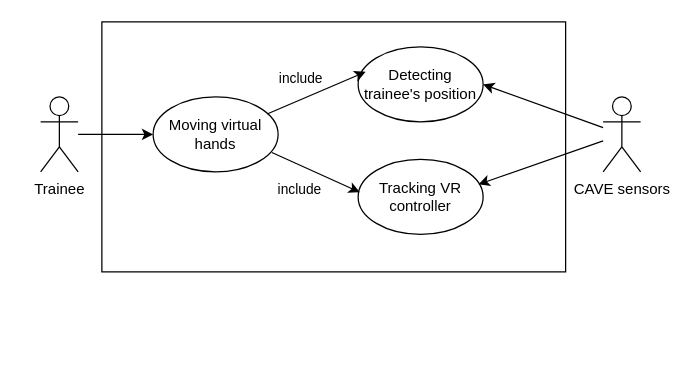
Above: Diagrams/MovementUseCase.drawio in dopp1e/diploma (draw.io), before the change. Source tidied: cells renumbered, new cells numbered last; positions are measured from the earlier drawing's top-left corner, leaving out a move shared by most shapes. Both pictures are drawn from the tidied source at 125%, with x=0, y=0 at pixel (40, 21).
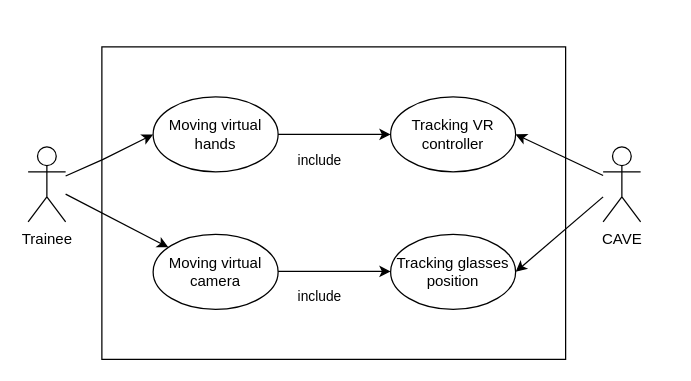
The same diagram, later.

Unchanged cells that the change refers to:
```xml
<mxCell id="9" value="Moving virtual hands" style="ellipse;whiteSpace=wrap;html=1;" parent="1" vertex="1">
  <mxGeometry x="90" y="60" width="100" height="60" as="geometry" />
</mxCell>
```

What changed in the source:
```diff
@@
     <mxCell id="2" style="rounded=0;whiteSpace=wrap;html=1;" parent="1" vertex="1">
-      <mxGeometry x="49" width="371" height="200" as="geometry" />
+      <mxGeometry x="49" y="20" width="371" height="250" as="geometry" />
     </mxCell>
     <mxCell id="3" value="Trainee" style="shape=umlActor;verticalLabelPosition=bottom;verticalAlign=top;html=1;outlineConnect=0;" parent="1" vertex="1">
-      <mxGeometry y="60" width="30" height="60" as="geometry" />
+      <mxGeometry x="-10" y="100" width="30" height="60" as="geometry" />
     </mxCell>
-    <mxCell id="4" value="CAVE sensors" style="shape=umlActor;verticalLabelPosition=bottom;verticalAlign=top;html=1;outlineConnect=0;" parent="1" vertex="1">
-      <mxGeometry x="450" y="60" width="30" height="60" as="geometry" />
+    <mxCell id="4" value="CAVE&lt;div&gt;&lt;br&gt;&lt;/div&gt;" style="shape=umlActor;verticalLabelPosition=bottom;verticalAlign=top;html=1;outlineConnect=0;" parent="1" vertex="1">
+      <mxGeometry x="450" y="100" width="30" height="60" as="geometry" />
     </mxCell>
-    <mxCell id="5" value="Detecting trainee's position" style="ellipse;whiteSpace=wrap;html=1;" parent="1" vertex="1">
-      <mxGeometry x="254" y="20" width="100" height="60" as="geometry" />
-    </mxCell>
     <mxCell id="6" value="Tracking VR controller" style="ellipse;whiteSpace=wrap;html=1;" parent="1" vertex="1">
-      <mxGeometry x="254" y="110" width="100" height="60" as="geometry" />
+      <mxGeometry x="280" y="60" width="100" height="60" as="geometry" />
     </mxCell>
-    <mxCell id="7" style="endArrow=classic;html=1;rounded=0;entryX=0.963;entryY=0.333;entryDx=0;entryDy=0;entryPerimeter=0;" parent="1" edge="1" source="4" target="6">
+    <mxCell id="7" style="endArrow=classic;html=1;rounded=0;entryX=1;entryY=0.5;entryDx=0;entryDy=0;" parent="1" edge="1" source="4" target="6">
       <mxGeometry relative="1" as="geometry" />
     </mxCell>
-    <mxCell id="8" style="endArrow=classic;html=1;rounded=0;entryX=1;entryY=0.5;entryDx=0;entryDy=0;" parent="1" edge="1" source="4" target="5">
-      <mxGeometry relative="1" as="geometry" />
-    </mxCell>
@@
     <mxCell id="10" style="endArrow=classic;html=1;rounded=0;entryX=0;entryY=0.5;entryDx=0;entryDy=0;" parent="1" edge="1" source="3" target="9">
-      <mxGeometry relative="1" as="geometry" />
+      <mxGeometry relative="1" as="geometry">
+        <Array as="points">
+          <mxPoint x="50" y="110" />
+        </Array>
+      </mxGeometry>
     </mxCell>
-    <mxCell id="11" style="endArrow=classic;html=1;rounded=0;exitX=0.912;exitY=0.228;exitDx=0;exitDy=0;exitPerimeter=0;entryX=0.06;entryY=0.333;entryDx=0;entryDy=0;entryPerimeter=0;" parent="1" edge="1" source="9" target="5">
-      <mxGeometry relative="1" as="geometry" />
-    </mxCell>
-    <mxCell id="12" value="include" style="edgeLabel;html=1;align=center;verticalAlign=middle;" parent="11" vertex="1">
-      <mxGeometry x="0.04" y="-1" relative="1" as="geometry">
-        <mxPoint x="-15" y="-12" as="offset" />
-      </mxGeometry>
-    </mxCell>
-    <mxCell id="13" style="endArrow=classic;html=1;rounded=0;exitX=0.95;exitY=0.741;exitDx=0;exitDy=0;exitPerimeter=0;entryX=0.014;entryY=0.438;entryDx=0;entryDy=0;entryPerimeter=0;" parent="1" edge="1" source="9" target="6">
+    <mxCell id="13" style="endArrow=classic;html=1;rounded=0;exitX=1;exitY=0.5;exitDx=0;exitDy=0;" parent="1" edge="1" source="9" target="6">
       <mxGeometry relative="1" as="geometry" />
     </mxCell>
     <mxCell id="14" value="include" style="edgeLabel;html=1;align=center;verticalAlign=middle;" parent="13" vertex="1">
       <mxGeometry x="0.04" y="-1" relative="1" as="geometry">
-        <mxPoint x="-15" y="12" as="offset" />
+        <mxPoint x="-15" y="19" as="offset" />
       </mxGeometry>
     </mxCell>
+    <mxCell id="15" value="Tracking glasses position" style="ellipse;whiteSpace=wrap;html=1;" parent="1" vertex="1">
+      <mxGeometry x="280" y="170" width="100" height="60" as="geometry" />
+    </mxCell>
+    <mxCell id="16" style="endArrow=classic;html=1;rounded=0;entryX=1;entryY=0.5;entryDx=0;entryDy=0;entryPerimeter=0;" parent="1" edge="1" target="15">
+      <mxGeometry relative="1" as="geometry">
+        <mxPoint x="450" y="140" as="sourcePoint" />
+      </mxGeometry>
+    </mxCell>
+    <mxCell id="17" value="Moving virtual camera" style="ellipse;whiteSpace=wrap;html=1;" parent="1" vertex="1">
+      <mxGeometry x="90" y="170" width="100" height="60" as="geometry" />
+    </mxCell>
+    <mxCell id="18" style="endArrow=classic;html=1;rounded=0;exitX=1;exitY=0.5;exitDx=0;exitDy=0;" parent="1" edge="1">
+      <mxGeometry relative="1" as="geometry">
+        <mxPoint x="190" y="199.6" as="sourcePoint" />
+        <mxPoint x="280" y="199.6" as="targetPoint" />
+      </mxGeometry>
+    </mxCell>
+    <mxCell id="12" value="include" style="edgeLabel;html=1;align=center;verticalAlign=middle;" parent="18" vertex="1">
+      <mxGeometry x="0.04" y="-1" relative="1" as="geometry">
+        <mxPoint x="-15" y="19" as="offset" />
+      </mxGeometry>
+    </mxCell>
+    <mxCell id="19" style="endArrow=classic;html=1;rounded=0;" parent="1" edge="1" source="3" target="17">
+      <mxGeometry relative="1" as="geometry" />
+    </mxCell>
```
